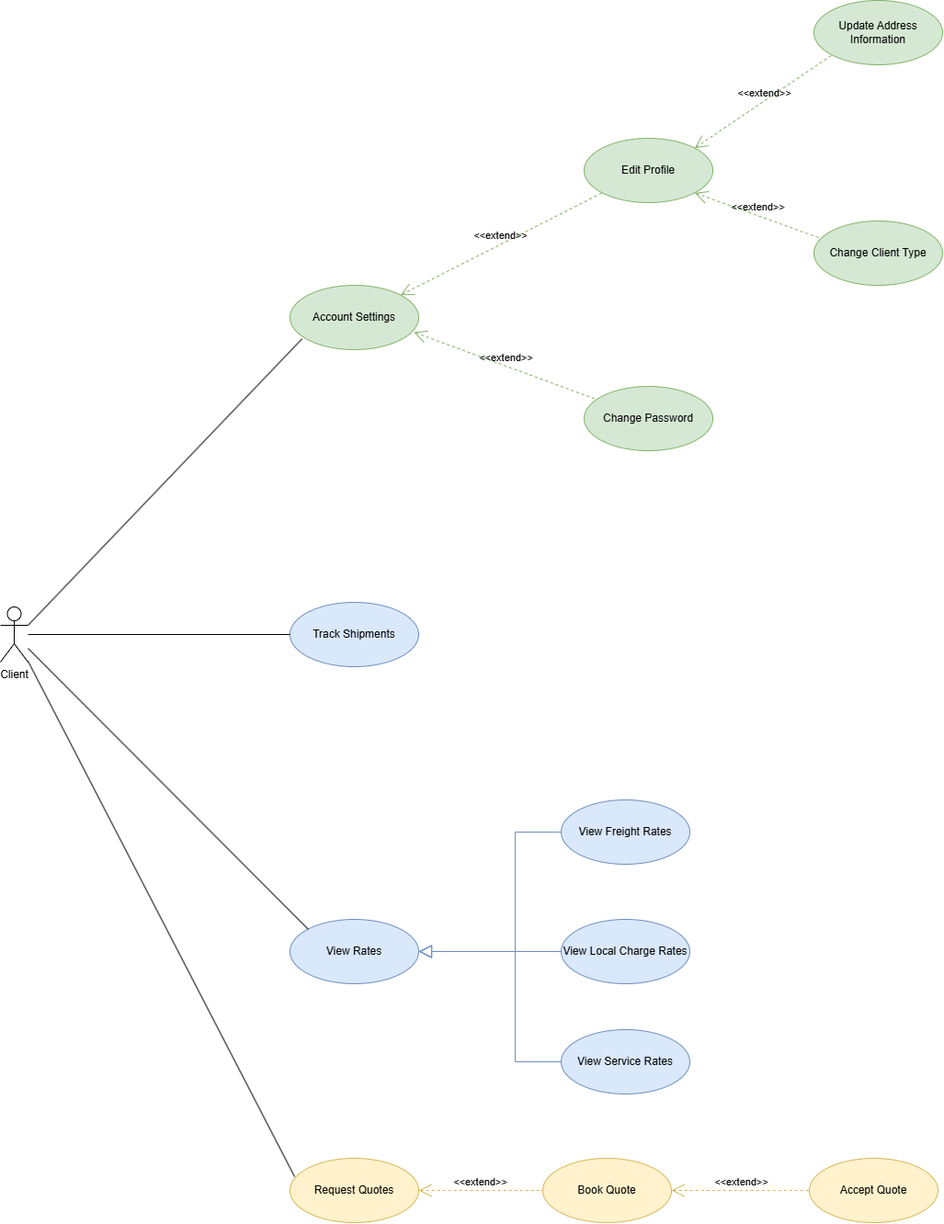
Earlier version of the draw.io export graphics/usecase/freight-flex-UC-Client.png (namhoangg/report). Source tidied: cells renumbered, new cells last; positions are measured from the earlier drawing's top-left corner, leaving out a move shared by most shapes.
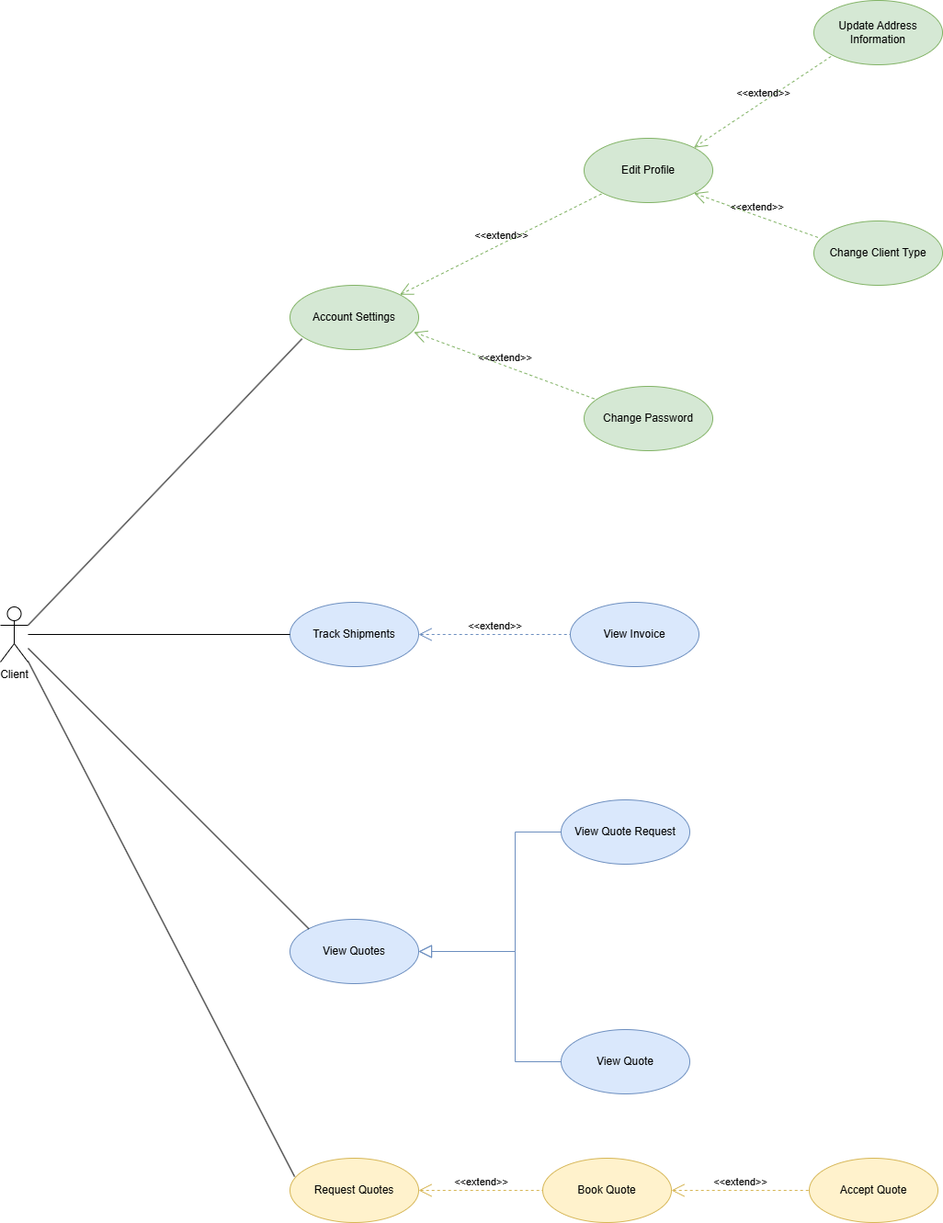
Later version of the same file.

The edit, as a diff of the source:
```diff
@@ -38,7 +38,7 @@
     <mxCell id="13" value="Track Shipments" style="ellipse;whiteSpace=wrap;html=1;fillColor=#dae8fc;strokeColor=#6c8ebf;" parent="1" vertex="1">
       <mxGeometry x="315" y="655" width="140" height="70" as="geometry" />
     </mxCell>
-    <mxCell id="14" value="View Rates" style="ellipse;whiteSpace=wrap;html=1;fillColor=#dae8fc;strokeColor=#6c8ebf;" parent="1" vertex="1">
+    <mxCell id="14" value="View Quotes" style="ellipse;whiteSpace=wrap;html=1;fillColor=#dae8fc;strokeColor=#6c8ebf;" parent="1" vertex="1">
       <mxGeometry x="315" y="1000" width="140" height="70" as="geometry" />
     </mxCell>
     <mxCell id="15" style="edgeStyle=none;html=1;endArrow=none;verticalAlign=bottom;rounded=0;entryX=0;entryY=0.5;entryDx=0;entryDy=0;" parent="1" edge="1" source="2" target="13">
@@ -65,18 +65,12 @@
     <mxCell id="22" value="&amp;lt;&amp;lt;extend&amp;gt;&amp;gt;" style="edgeStyle=none;html=1;startArrow=open;endArrow=none;startSize=12;verticalAlign=bottom;dashed=1;labelBackgroundColor=none;rounded=0;exitX=1;exitY=0.5;exitDx=0;exitDy=0;entryX=0;entryY=0.5;entryDx=0;entryDy=0;fillColor=#fff2cc;strokeColor=#d6b656;" parent="1" edge="1" source="19" target="20">
       <mxGeometry relative="1" as="geometry" />
     </mxCell>
-    <mxCell id="23" value="View Freight Rates" style="ellipse;whiteSpace=wrap;html=1;fillColor=#dae8fc;strokeColor=#6c8ebf;" parent="1" vertex="1">
+    <mxCell id="23" value="View Quote Request" style="ellipse;whiteSpace=wrap;html=1;fillColor=#dae8fc;strokeColor=#6c8ebf;" parent="1" vertex="1">
       <mxGeometry x="610" y="870" width="140" height="70" as="geometry" />
     </mxCell>
-    <mxCell id="24" value="View Local Charge Rates" style="ellipse;whiteSpace=wrap;html=1;fillColor=#dae8fc;strokeColor=#6c8ebf;" parent="1" vertex="1">
-      <mxGeometry x="610" y="1000" width="140" height="70" as="geometry" />
-    </mxCell>
-    <mxCell id="25" value="View Service Rates" style="ellipse;whiteSpace=wrap;html=1;fillColor=#dae8fc;strokeColor=#6c8ebf;" parent="1" vertex="1">
+    <mxCell id="25" value="View Quote" style="ellipse;whiteSpace=wrap;html=1;fillColor=#dae8fc;strokeColor=#6c8ebf;" parent="1" vertex="1">
       <mxGeometry x="610" y="1120" width="140" height="70" as="geometry" />
     </mxCell>
-    <mxCell id="26" style="edgeStyle=none;html=1;endArrow=block;endFill=0;endSize=12;verticalAlign=bottom;rounded=0;entryX=1;entryY=0.5;entryDx=0;entryDy=0;exitX=0;exitY=0.5;exitDx=0;exitDy=0;fillColor=#dae8fc;strokeColor=#6c8ebf;" parent="1" edge="1" source="24" target="14">
-      <mxGeometry relative="1" as="geometry" />
-    </mxCell>
     <mxCell id="27" style="edgeStyle=none;html=1;endArrow=block;endFill=0;endSize=12;verticalAlign=bottom;rounded=0;exitX=0;exitY=0.5;exitDx=0;exitDy=0;entryX=1;entryY=0.5;entryDx=0;entryDy=0;fillColor=#dae8fc;strokeColor=#6c8ebf;" parent="1" edge="1" source="23" target="14">
       <mxGeometry relative="1" as="geometry">
         <Array as="points">
@@ -93,5 +87,11 @@
         </Array>
       </mxGeometry>
     </mxCell>
+    <mxCell id="29" value="View Invoice" style="ellipse;whiteSpace=wrap;html=1;fillColor=#dae8fc;strokeColor=#6c8ebf;" parent="1" vertex="1">
+      <mxGeometry x="620" y="655" width="140" height="70" as="geometry" />
+    </mxCell>
+    <mxCell id="30" value="&amp;lt;&amp;lt;extend&amp;gt;&amp;gt;" style="edgeStyle=none;html=1;startArrow=open;endArrow=none;startSize=12;verticalAlign=bottom;dashed=1;labelBackgroundColor=none;rounded=0;exitX=1;exitY=0.5;exitDx=0;exitDy=0;fillColor=#dae8fc;strokeColor=#6c8ebf;entryX=0;entryY=0.5;entryDx=0;entryDy=0;" parent="1" edge="1" source="13" target="29">
+      <mxGeometry relative="1" as="geometry" />
+    </mxCell>
   </root>
 </mxGraphModel>
```
